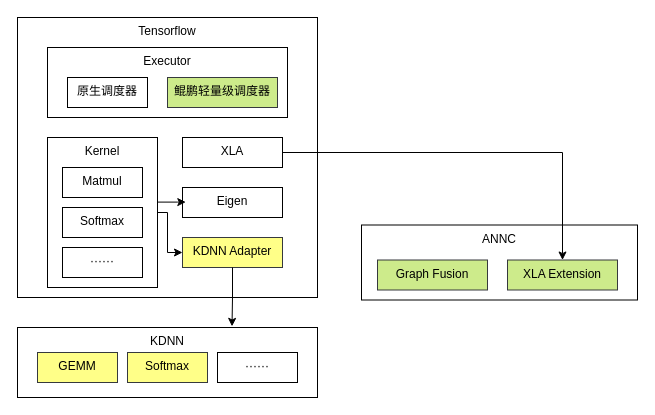
kunpengcompute/tensorflow keeps this draw.io diagram as docs/guide/origin_images/architecture.drawio. Above is the earlier version. Source tidied: cells renumbered, new cells numbered last; positions are measured from the earlier drawing's top-left corner, leaving out a move shared by most shapes. Both pictures are drawn from the tidied source at 100%, with x=0, y=0 at pixel (17, 17).
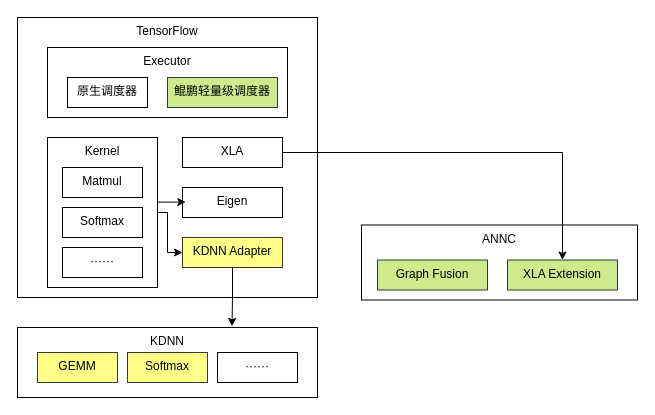
The same page after the edit.

Change to the diagram source:
```diff
@@
-    <mxCell id="3" value="Tensorflow" style="rounded=0;whiteSpace=wrap;html=1;verticalAlign=top;" parent="1" vertex="1">
+    <mxCell id="3" value="TensorFlow" style="rounded=0;whiteSpace=wrap;html=1;verticalAlign=top;" parent="1" vertex="1">
       <mxGeometry width="300" height="280" as="geometry" />
     </mxCell>
```
